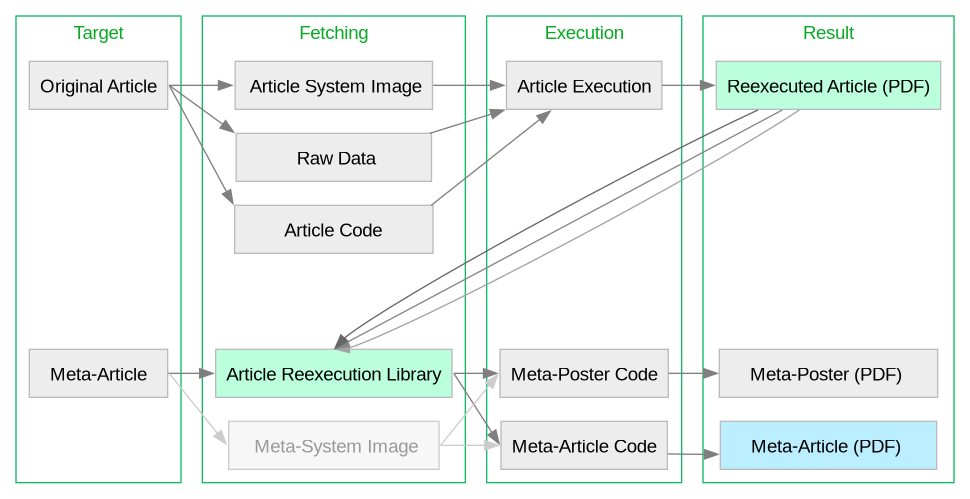
Earlier version of the Graphviz export publishing/figs/workflow.png (con/opfvta-reexecution). Its source is kept beside it as publishing/data/workflow.dot.
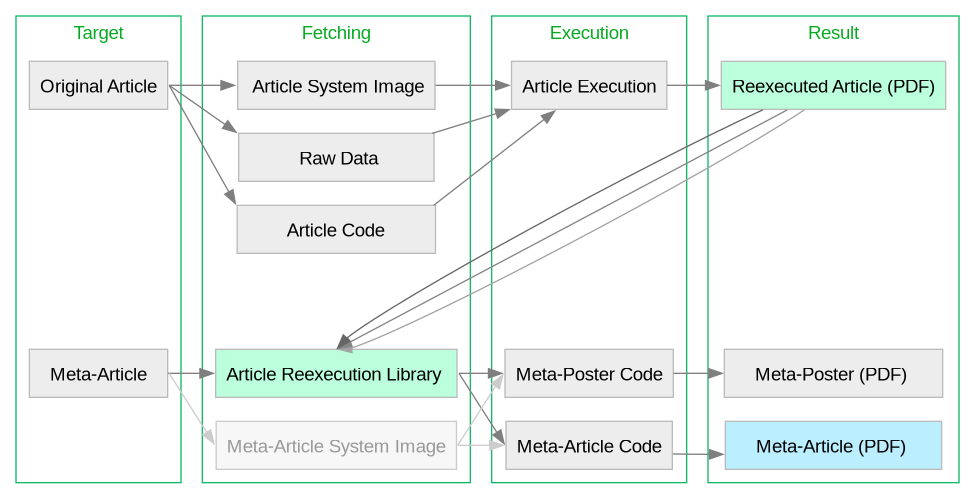
The same diagram one commit later.

Commit message:
Updated workflow figure description and made node names more explicit

The edit, as a diff of the source:
```diff
@@ -38,8 +38,8 @@
         rd[label="          Raw Data         ", shape=box, color="#BBBBBB", fillcolor=grey93];
         ac[label="        Article Code        ", shape=box, color="#BBBBBB", fillcolor=grey93];
         blank12 [style=invis];
-        arl[label="Article Reexecution Library", shape=box, color="#BBBBBB", fillcolor="#bbffdd"];
-        mss[label="   Meta-System Image  ", shape=box, color="#CCCCCC", fillcolor=grey97, fontcolor="#999999"]
+        arl[label="Article Reexecution Library ", shape=box, color="#BBBBBB", fillcolor="#bbffdd"];
+        mss[label="Meta-Article System Image", shape=box, color="#CCCCCC", fillcolor=grey97, fontcolor="#999999"]
         }
 
     si -> ae [weight=9];
```
